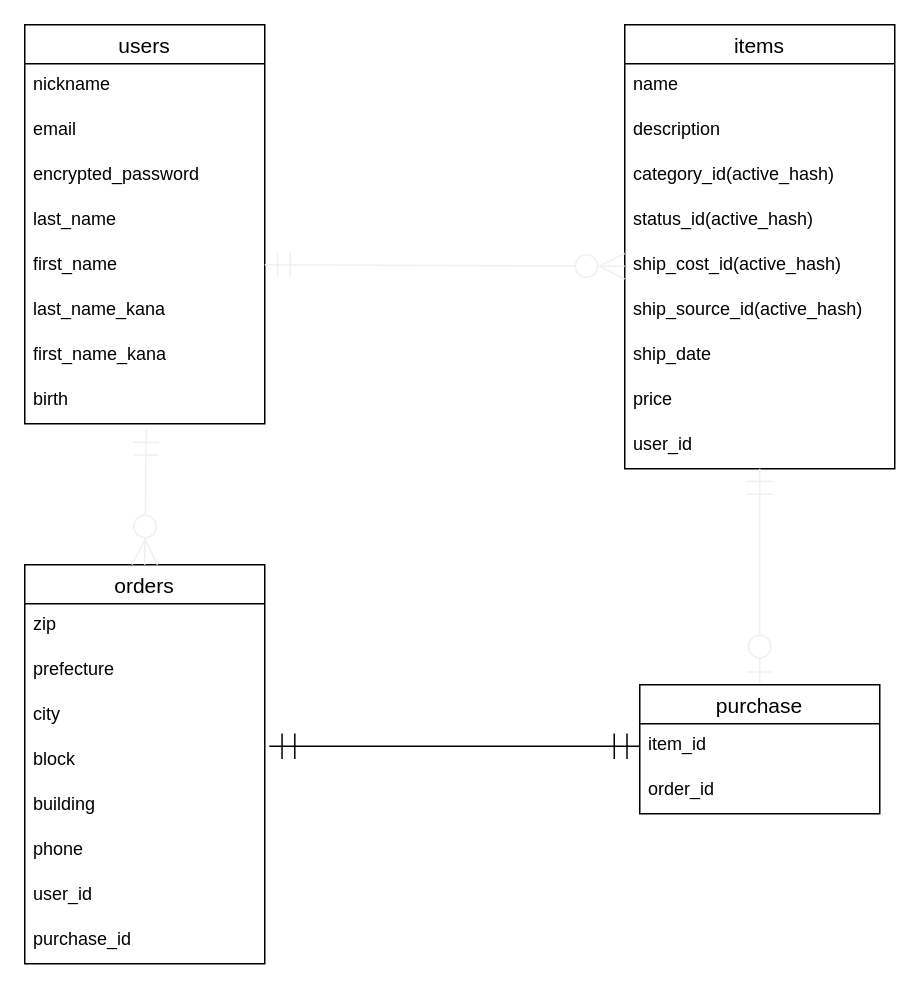
Above: furima.dio in Tatsuya9156/furima-33498 (draw.io), before the change. Source tidied: cells renumbered, new cells numbered last; positions are measured from the earlier drawing's top-left corner, leaving out a move shared by most shapes. Both pictures are drawn from the tidied source at 150%, with x=0, y=0 at pixel (24, 24).
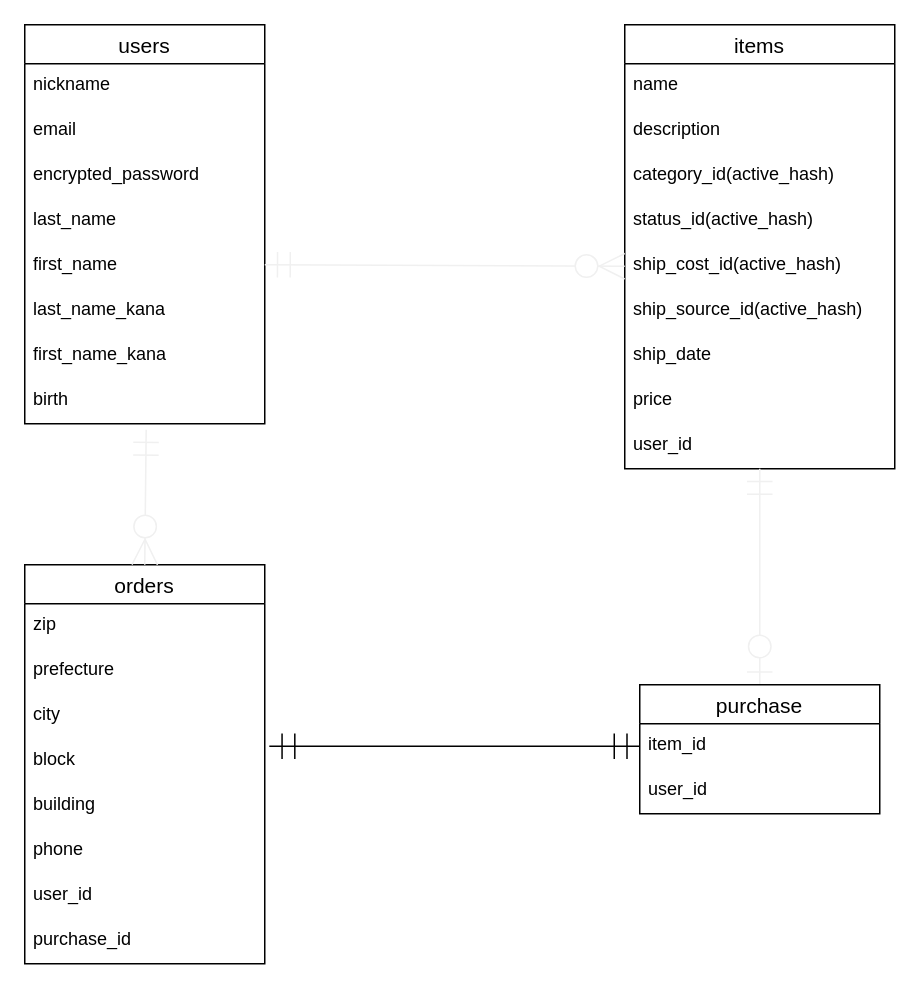
The same page after the edit.

Commit message (it also covers changes not shown here):
purchases テーブルの修正

The change refers to these unchanged cells:
```xml
<mxCell id="33" value="purchase" style="swimlane;fontStyle=0;horizontal=1;startSize=26;align=center;fontSize=14;" parent="1" vertex="1">
  <mxGeometry x="410" y="440" width="160" height="86" as="geometry" />
</mxCell>
```

The edit, as a diff of the source:
```diff
@@
-    <mxCell id="35" value="order_id" style="text;strokeColor=none;fillColor=none;spacingLeft=4;spacingRight=4;overflow=hidden;fontSize=12;" parent="33" vertex="1">
+    <mxCell id="35" value="user_id" style="text;strokeColor=none;fillColor=none;spacingLeft=4;spacingRight=4;overflow=hidden;fontSize=12;" parent="33" vertex="1">
       <mxGeometry y="56" width="160" height="30" as="geometry" />
     </mxCell>
```
